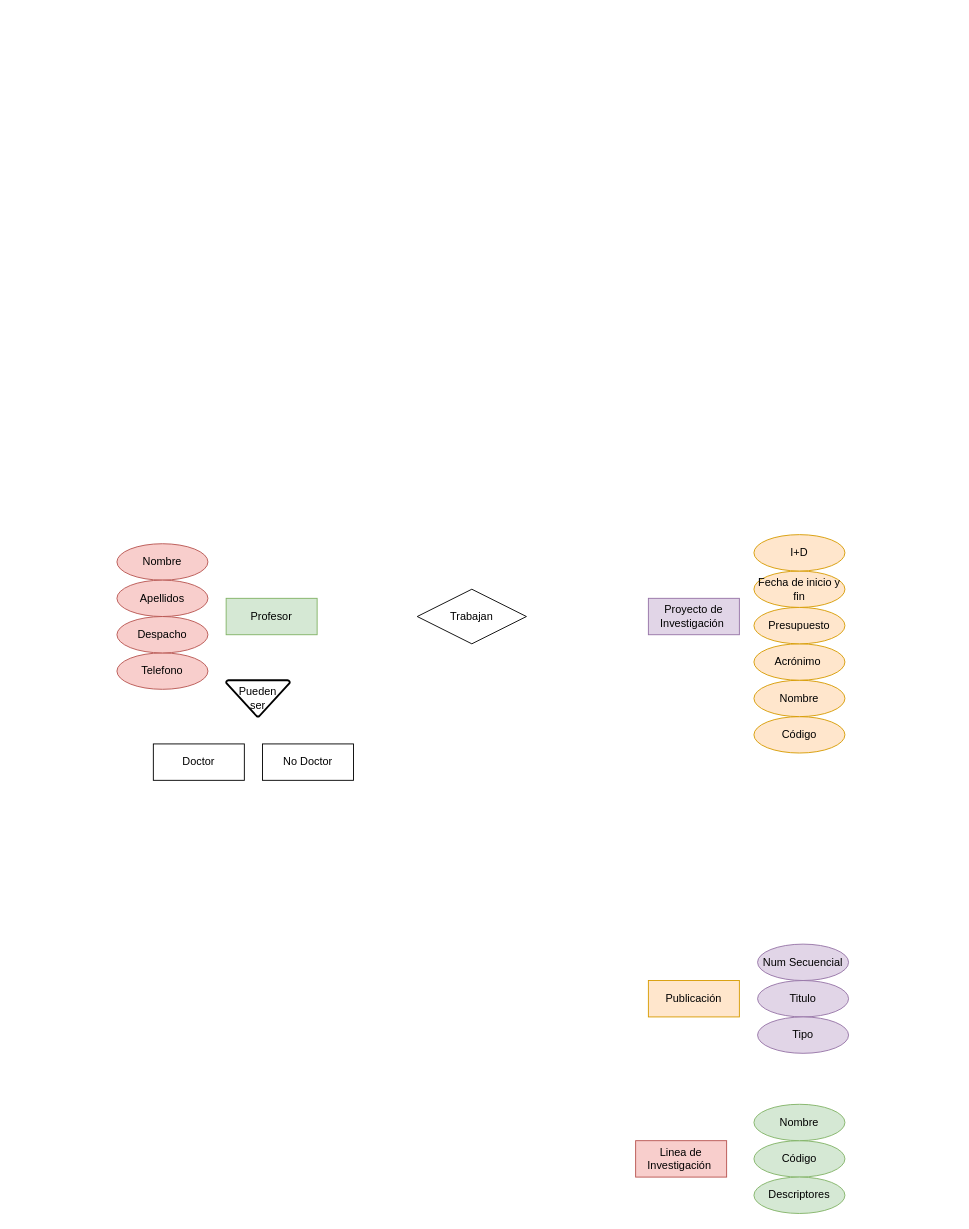
Above: P_Investigacion.drawio in SebassX69/DiagramasDB (draw.io), before the change. Source tidied: cells renumbered, new cells numbered last; positions are measured from the earlier drawing's top-left corner, leaving out a move shared by most shapes. Both pictures are drawn from the tidied source at 91%, with x=0, y=0 at pixel (116, 534).
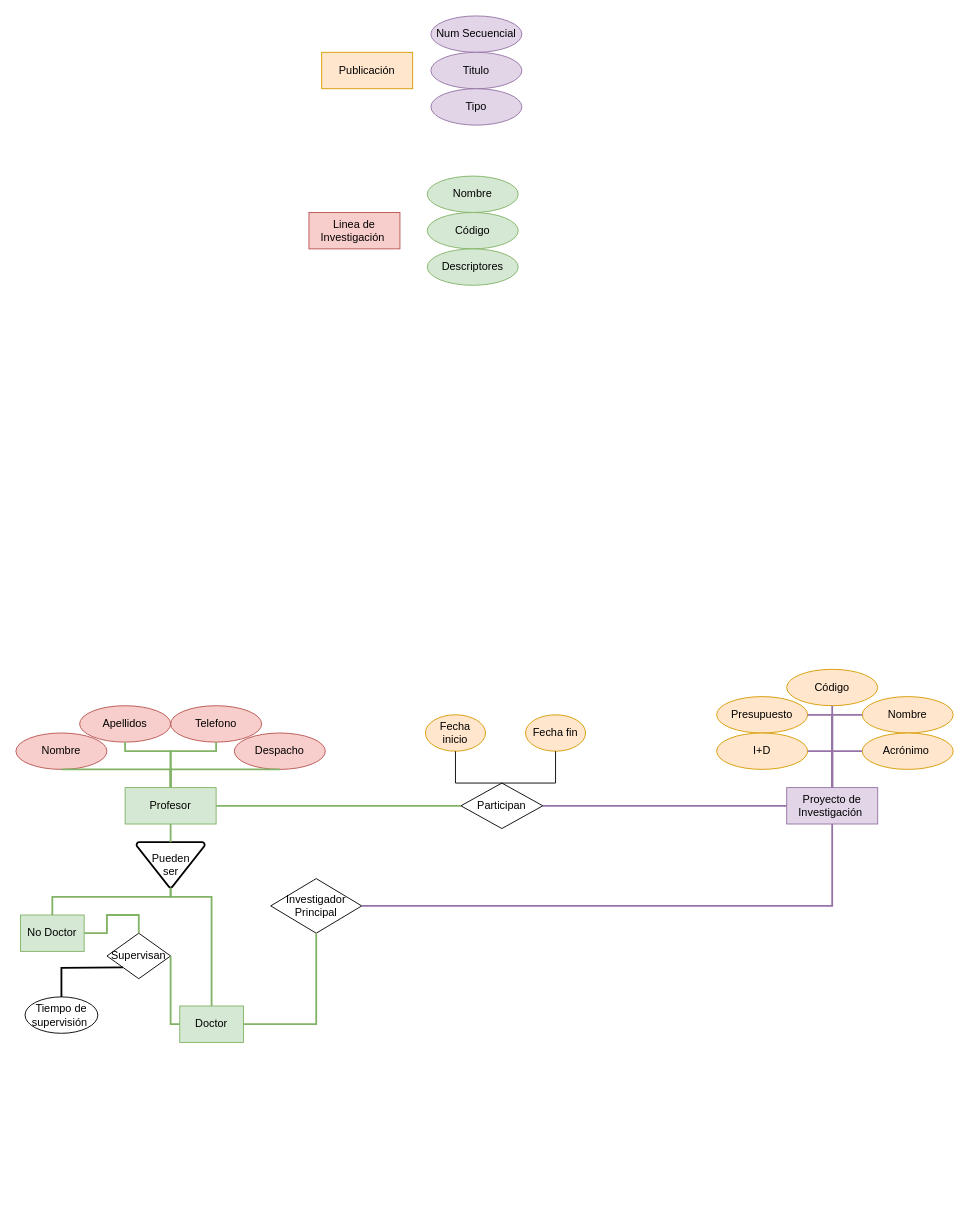
The same page after the edit.

Diff of the diagram source:
```diff
@@
     <mxCell id="2" value="Profesor" style="whiteSpace=wrap;html=1;align=center;fillColor=#d5e8d4;strokeColor=#82b366;" parent="1" vertex="1">
-      <mxGeometry x="120" y="70" width="100" height="40" as="geometry" />
+      <mxGeometry x="9" y="278" width="100" height="40" as="geometry" />
     </mxCell>
     <mxCell id="3" value="Proyecto de Investigación&amp;nbsp;" style="whiteSpace=wrap;html=1;align=center;fillColor=#e1d5e7;strokeColor=#9673a6;" parent="1" vertex="1">
-      <mxGeometry x="584" y="70" width="100" height="40" as="geometry" />
+      <mxGeometry x="736" y="278" width="100" height="40" as="geometry" />
     </mxCell>
     <mxCell id="4" value="Publicación" style="whiteSpace=wrap;html=1;align=center;fillColor=#ffe6cc;strokeColor=#d79b00;" parent="1" vertex="1">
-      <mxGeometry x="584" y="490" width="100" height="40" as="geometry" />
+      <mxGeometry x="225" y="-530" width="100" height="40" as="geometry" />
     </mxCell>
     <mxCell id="5" value="Linea de Investigación&amp;nbsp;" style="whiteSpace=wrap;html=1;align=center;fillColor=#f8cecc;strokeColor=#b85450;" parent="1" vertex="1">
-      <mxGeometry x="570" y="666" width="100" height="40" as="geometry" />
+      <mxGeometry x="211" y="-354" width="100" height="40" as="geometry" />
     </mxCell>
     <mxCell id="6" value="Nombre" style="ellipse;whiteSpace=wrap;html=1;align=center;fillColor=#f8cecc;strokeColor=#b85450;" parent="1" vertex="1">
-      <mxGeometry y="10" width="100" height="40" as="geometry" />
+      <mxGeometry x="-111" y="218" width="100" height="40" as="geometry" />
     </mxCell>
     <mxCell id="7" value="Telefono" style="ellipse;whiteSpace=wrap;html=1;align=center;fillColor=#f8cecc;strokeColor=#b85450;" parent="1" vertex="1">
-      <mxGeometry y="130" width="100" height="40" as="geometry" />
+      <mxGeometry x="59" y="188" width="100" height="40" as="geometry" />
     </mxCell>
     <mxCell id="8" value="Despacho" style="ellipse;whiteSpace=wrap;html=1;align=center;fillColor=#f8cecc;strokeColor=#b85450;" parent="1" vertex="1">
-      <mxGeometry y="90" width="100" height="40" as="geometry" />
+      <mxGeometry x="129" y="218" width="100" height="40" as="geometry" />
     </mxCell>
     <mxCell id="9" value="Apellidos" style="ellipse;whiteSpace=wrap;html=1;align=center;fillColor=#f8cecc;strokeColor=#b85450;" parent="1" vertex="1">
-      <mxGeometry y="50" width="100" height="40" as="geometry" />
+      <mxGeometry x="-41" y="188" width="100" height="40" as="geometry" />
     </mxCell>
     <mxCell id="10" value="Código" style="ellipse;whiteSpace=wrap;html=1;align=center;fillColor=#d5e8d4;strokeColor=#82b366;" parent="1" vertex="1">
-      <mxGeometry x="700" y="666" width="100" height="40" as="geometry" />
+      <mxGeometry x="341" y="-354" width="100" height="40" as="geometry" />
     </mxCell>
     <mxCell id="11" value="Nombre" style="ellipse;whiteSpace=wrap;html=1;align=center;fillColor=#d5e8d4;strokeColor=#82b366;" parent="1" vertex="1">
-      <mxGeometry x="700" y="626" width="100" height="40" as="geometry" />
+      <mxGeometry x="341" y="-394" width="100" height="40" as="geometry" />
     </mxCell>
     <mxCell id="12" value="Descriptores" style="ellipse;whiteSpace=wrap;html=1;align=center;fillColor=#d5e8d4;strokeColor=#82b366;" parent="1" vertex="1">
-      <mxGeometry x="700" y="706" width="100" height="40" as="geometry" />
+      <mxGeometry x="341" y="-314" width="100" height="40" as="geometry" />
     </mxCell>
     <mxCell id="13" value="Código" style="ellipse;whiteSpace=wrap;html=1;align=center;fillColor=#ffe6cc;strokeColor=#d79b00;" parent="1" vertex="1">
-      <mxGeometry x="700" y="200" width="100" height="40" as="geometry" />
+      <mxGeometry x="736" y="148" width="100" height="40" as="geometry" />
     </mxCell>
     <mxCell id="14" value="Nombre" style="ellipse;whiteSpace=wrap;html=1;align=center;fillColor=#ffe6cc;strokeColor=#d79b00;" parent="1" vertex="1">
-      <mxGeometry x="700" y="160" width="100" height="40" as="geometry" />
+      <mxGeometry x="819" y="178" width="100" height="40" as="geometry" />
     </mxCell>
     <mxCell id="15" value="Acrónimo&amp;nbsp;" style="ellipse;whiteSpace=wrap;html=1;align=center;fillColor=#ffe6cc;strokeColor=#d79b00;" parent="1" vertex="1">
-      <mxGeometry x="700" y="120" width="100" height="40" as="geometry" />
+      <mxGeometry x="819" y="218" width="100" height="40" as="geometry" />
     </mxCell>
     <mxCell id="16" value="Presupuesto" style="ellipse;whiteSpace=wrap;html=1;align=center;fillColor=#ffe6cc;strokeColor=#d79b00;" parent="1" vertex="1">
-      <mxGeometry x="700" y="80" width="100" height="40" as="geometry" />
+      <mxGeometry x="659" y="178" width="100" height="40" as="geometry" />
     </mxCell>
-    <mxCell id="17" value="Fecha de inicio y fin" style="ellipse;whiteSpace=wrap;html=1;align=center;fillColor=#ffe6cc;strokeColor=#d79b00;" parent="1" vertex="1">
-      <mxGeometry x="700" y="40" width="100" height="40" as="geometry" />
+    <mxCell id="17" value="Fecha inicio" style="ellipse;whiteSpace=wrap;html=1;align=center;fillColor=#ffe6cc;strokeColor=#d79b00;" parent="1" vertex="1">
+      <mxGeometry x="339" y="198" width="66" height="40" as="geometry" />
     </mxCell>
     <mxCell id="18" value="I+D" style="ellipse;whiteSpace=wrap;html=1;align=center;fillColor=#ffe6cc;strokeColor=#d79b00;" parent="1" vertex="1">
-      <mxGeometry x="700" width="100" height="40" as="geometry" />
+      <mxGeometry x="659" y="218" width="100" height="40" as="geometry" />
     </mxCell>
     <mxCell id="19" value="Num Secuencial" style="ellipse;whiteSpace=wrap;html=1;align=center;fillColor=#e1d5e7;strokeColor=#9673a6;" parent="1" vertex="1">
-      <mxGeometry x="704" y="450" width="100" height="40" as="geometry" />
+      <mxGeometry x="345" y="-570" width="100" height="40" as="geometry" />
     </mxCell>
     <mxCell id="20" value="Titulo" style="ellipse;whiteSpace=wrap;html=1;align=center;fillColor=#e1d5e7;strokeColor=#9673a6;" parent="1" vertex="1">
-      <mxGeometry x="704" y="490" width="100" height="40" as="geometry" />
+      <mxGeometry x="345" y="-530" width="100" height="40" as="geometry" />
     </mxCell>
     <mxCell id="21" value="Tipo" style="ellipse;whiteSpace=wrap;html=1;align=center;fillColor=#e1d5e7;strokeColor=#9673a6;" parent="1" vertex="1">
-      <mxGeometry x="704" y="530" width="100" height="40" as="geometry" />
+      <mxGeometry x="345" y="-490" width="100" height="40" as="geometry" />
     </mxCell>
     <mxCell id="22" value="Pueden&lt;div&gt;ser&lt;/div&gt;" style="strokeWidth=2;html=1;shape=mxgraph.flowchart.merge_or_storage;whiteSpace=wrap;" parent="1" vertex="1">
-      <mxGeometry x="120" y="160" width="70" height="40" as="geometry" />
+      <mxGeometry x="21.5" y="338" width="75" height="50" as="geometry" />
     </mxCell>
-    <mxCell id="23" value="Doctor" style="whiteSpace=wrap;html=1;align=center;" parent="1" vertex="1">
-      <mxGeometry x="40" y="230" width="100" height="40" as="geometry" />
+    <mxCell id="23" value="No Doctor" style="whiteSpace=wrap;html=1;align=center;fillColor=#d5e8d4;strokeColor=#82b366;" parent="1" vertex="1">
+      <mxGeometry x="-106" y="418" width="70" height="40" as="geometry" />
     </mxCell>
-    <mxCell id="24" value="No Doctor" style="whiteSpace=wrap;html=1;align=center;" parent="1" vertex="1">
-      <mxGeometry x="160" y="230" width="100" height="40" as="geometry" />
+    <mxCell id="24" value="Doctor" style="whiteSpace=wrap;html=1;align=center;fillColor=#d5e8d4;strokeColor=#82b366;" parent="1" vertex="1">
+      <mxGeometry x="69" y="518" width="70" height="40" as="geometry" />
     </mxCell>
-    <mxCell id="25" value="Trabajan" style="shape=rhombus;perimeter=rhombusPerimeter;whiteSpace=wrap;html=1;align=center;" parent="1" vertex="1">
-      <mxGeometry x="330" y="60" width="120" height="60" as="geometry" />
+    <mxCell id="25" value="Participan" style="shape=rhombus;perimeter=rhombusPerimeter;whiteSpace=wrap;html=1;align=center;" parent="1" vertex="1">
+      <mxGeometry x="378" y="273" width="90" height="50" as="geometry" />
     </mxCell>
+    <mxCell id="26" style="endArrow=none;html=1;rounded=0;exitX=1;exitY=0.5;exitDx=0;exitDy=0;entryX=0;entryY=0.5;entryDx=0;entryDy=0;fillColor=#d5e8d4;strokeColor=#82b366;strokeWidth=2;" parent="1" edge="1" source="2" target="25">
+      <mxGeometry relative="1" as="geometry" />
+    </mxCell>
+    <mxCell id="27" style="endArrow=none;html=1;rounded=0;exitX=1;exitY=0.5;exitDx=0;exitDy=0;entryX=0;entryY=0.5;entryDx=0;entryDy=0;fillColor=#e1d5e7;strokeColor=#9673a6;strokeWidth=2;" parent="1" edge="1" source="25" target="3">
+      <mxGeometry relative="1" as="geometry" />
+    </mxCell>
+    <mxCell id="28" value="Fecha fin" style="ellipse;whiteSpace=wrap;html=1;align=center;fillColor=#ffe6cc;strokeColor=#d79b00;" parent="1" vertex="1">
+      <mxGeometry x="449" y="198" width="66" height="40" as="geometry" />
+    </mxCell>
+    <mxCell id="29" style="endArrow=none;html=1;rounded=0;exitX=0.5;exitY=1;exitDx=0;exitDy=0;entryX=0.5;entryY=0;entryDx=0;entryDy=0;" parent="1" edge="1" source="17" target="25">
+      <mxGeometry relative="1" as="geometry">
+        <Array as="points">
+          <mxPoint x="372" y="273" />
+        </Array>
+      </mxGeometry>
+    </mxCell>
+    <mxCell id="30" style="endArrow=none;html=1;rounded=0;exitX=0.5;exitY=0;exitDx=0;exitDy=0;entryX=0.5;entryY=1;entryDx=0;entryDy=0;" parent="1" edge="1" source="25" target="28">
+      <mxGeometry relative="1" as="geometry">
+        <Array as="points">
+          <mxPoint x="482" y="273" />
+        </Array>
+      </mxGeometry>
+    </mxCell>
+    <mxCell id="31" style="endArrow=none;html=1;rounded=0;exitX=0.5;exitY=1;exitDx=0;exitDy=0;entryX=0.5;entryY=0;entryDx=0;entryDy=0;fillColor=#d5e8d4;strokeColor=#82b366;strokeWidth=2;entryPerimeter=0;" parent="1" edge="1" source="2" target="22">
+      <mxGeometry relative="1" as="geometry" />
+    </mxCell>
+    <mxCell id="32" style="endArrow=none;html=1;rounded=0;exitX=0.5;exitY=0;exitDx=0;exitDy=0;entryX=0.5;entryY=1;entryDx=0;entryDy=0;fillColor=#d5e8d4;strokeColor=#82b366;strokeWidth=2;entryPerimeter=0;" parent="1" edge="1" source="24" target="22">
+      <mxGeometry relative="1" as="geometry">
+        <Array as="points">
+          <mxPoint x="104" y="398" />
+          <mxPoint x="59" y="398" />
+        </Array>
+      </mxGeometry>
+    </mxCell>
+    <mxCell id="33" style="endArrow=none;html=1;rounded=0;exitX=0.5;exitY=1;exitDx=0;exitDy=0;entryX=0.5;entryY=0;entryDx=0;entryDy=0;fillColor=#d5e8d4;strokeColor=#82b366;strokeWidth=2;exitPerimeter=0;" parent="1" edge="1" source="22" target="23">
+      <mxGeometry relative="1" as="geometry">
+        <Array as="points">
+          <mxPoint x="59" y="398" />
+          <mxPoint x="19" y="398" />
+          <mxPoint x="-31" y="398" />
+          <mxPoint x="-71" y="398" />
+        </Array>
+      </mxGeometry>
+    </mxCell>
+    <mxCell id="34" style="endArrow=none;html=1;rounded=0;exitX=0.5;exitY=1;exitDx=0;exitDy=0;entryX=0.5;entryY=0;entryDx=0;entryDy=0;fillColor=#d5e8d4;strokeColor=#82b366;strokeWidth=2;" parent="1" edge="1" source="9" target="2">
+      <mxGeometry relative="1" as="geometry">
+        <Array as="points">
+          <mxPoint x="9" y="238" />
+          <mxPoint x="59" y="238" />
+        </Array>
+      </mxGeometry>
+    </mxCell>
+    <mxCell id="35" style="endArrow=none;html=1;rounded=0;exitX=0.5;exitY=0;exitDx=0;exitDy=0;entryX=0.5;entryY=1;entryDx=0;entryDy=0;fillColor=#d5e8d4;strokeColor=#82b366;strokeWidth=2;" parent="1" edge="1" source="2" target="7">
+      <mxGeometry relative="1" as="geometry">
+        <Array as="points">
+          <mxPoint x="59" y="238" />
+          <mxPoint x="109" y="238" />
+        </Array>
+      </mxGeometry>
+    </mxCell>
+    <mxCell id="36" style="endArrow=none;html=1;rounded=0;exitX=0.5;exitY=1;exitDx=0;exitDy=0;entryX=0.5;entryY=0;entryDx=0;entryDy=0;fillColor=#d5e8d4;strokeColor=#82b366;strokeWidth=2;" parent="1" edge="1" source="6" target="2">
+      <mxGeometry relative="1" as="geometry">
+        <Array as="points">
+          <mxPoint x="59" y="258" />
+        </Array>
+      </mxGeometry>
+    </mxCell>
+    <mxCell id="37" style="endArrow=none;html=1;rounded=0;exitX=0.5;exitY=0;exitDx=0;exitDy=0;entryX=0.5;entryY=1;entryDx=0;entryDy=0;fillColor=#d5e8d4;strokeColor=#82b366;strokeWidth=2;" parent="1" edge="1" source="2" target="8">
+      <mxGeometry relative="1" as="geometry">
+        <Array as="points">
+          <mxPoint x="59" y="258" />
+        </Array>
+      </mxGeometry>
+    </mxCell>
+    <mxCell id="38" style="endArrow=none;html=1;rounded=0;exitX=1;exitY=0.5;exitDx=0;exitDy=0;entryX=0.5;entryY=0;entryDx=0;entryDy=0;fillColor=#e1d5e7;strokeColor=#9673a6;strokeWidth=2;" parent="1" edge="1" source="16" target="3">
+      <mxGeometry relative="1" as="geometry">
+        <Array as="points">
+          <mxPoint x="786" y="198" />
+        </Array>
+      </mxGeometry>
+    </mxCell>
+    <mxCell id="39" style="endArrow=none;html=1;rounded=0;exitX=1;exitY=0.5;exitDx=0;exitDy=0;entryX=0.5;entryY=0;entryDx=0;entryDy=0;fillColor=#e1d5e7;strokeColor=#9673a6;strokeWidth=2;" parent="1" edge="1" source="18" target="3">
+      <mxGeometry relative="1" as="geometry">
+        <Array as="points">
+          <mxPoint x="786" y="238" />
+        </Array>
+      </mxGeometry>
+    </mxCell>
+    <mxCell id="40" style="endArrow=none;html=1;rounded=0;exitX=0;exitY=0.5;exitDx=0;exitDy=0;entryX=0.5;entryY=0;entryDx=0;entryDy=0;fillColor=#e1d5e7;strokeColor=#9673a6;strokeWidth=2;" parent="1" edge="1" source="14" target="3">
+      <mxGeometry relative="1" as="geometry">
+        <Array as="points">
+          <mxPoint x="786" y="198" />
+        </Array>
+      </mxGeometry>
+    </mxCell>
+    <mxCell id="41" style="endArrow=none;html=1;rounded=0;exitX=0;exitY=0.5;exitDx=0;exitDy=0;entryX=0.5;entryY=0;entryDx=0;entryDy=0;fillColor=#e1d5e7;strokeColor=#9673a6;strokeWidth=2;" parent="1" edge="1" source="15" target="3">
+      <mxGeometry relative="1" as="geometry">
+        <Array as="points">
+          <mxPoint x="786" y="238" />
+        </Array>
+      </mxGeometry>
+    </mxCell>
+    <mxCell id="42" style="endArrow=none;html=1;rounded=0;exitX=0.5;exitY=1;exitDx=0;exitDy=0;entryX=0.5;entryY=0;entryDx=0;entryDy=0;fillColor=#e1d5e7;strokeColor=#9673a6;strokeWidth=2;" parent="1" edge="1" source="13" target="3">
+      <mxGeometry relative="1" as="geometry" />
+    </mxCell>
+    <mxCell id="43" value="Supervisan" style="shape=rhombus;perimeter=rhombusPerimeter;whiteSpace=wrap;html=1;align=center;" parent="1" vertex="1">
+      <mxGeometry x="-11" y="438" width="70" height="50" as="geometry" />
+    </mxCell>
+    <mxCell id="44" style="endArrow=none;html=1;rounded=0;exitX=1;exitY=0.5;exitDx=0;exitDy=0;entryX=0.5;entryY=0;entryDx=0;entryDy=0;fillColor=#d5e8d4;strokeColor=#82b366;strokeWidth=2;" parent="1" edge="1" source="23" target="43">
+      <mxGeometry relative="1" as="geometry">
+        <Array as="points">
+          <mxPoint x="-11" y="438" />
+          <mxPoint x="-11" y="418" />
+          <mxPoint x="24" y="418" />
+        </Array>
+      </mxGeometry>
+    </mxCell>
+    <mxCell id="45" style="endArrow=none;html=1;rounded=0;exitX=1;exitY=0.5;exitDx=0;exitDy=0;fillColor=#d5e8d4;strokeColor=#82b366;strokeWidth=2;entryX=0;entryY=0.5;entryDx=0;entryDy=0;" parent="1" edge="1" source="43" target="24">
+      <mxGeometry relative="1" as="geometry">
+        <Array as="points">
+          <mxPoint x="59" y="538" />
+        </Array>
+      </mxGeometry>
+    </mxCell>
+    <mxCell id="46" value="Investigador Principal" style="shape=rhombus;perimeter=rhombusPerimeter;whiteSpace=wrap;html=1;align=center;" parent="1" vertex="1">
+      <mxGeometry x="169" y="378" width="100" height="60" as="geometry" />
+    </mxCell>
+    <mxCell id="47" style="endArrow=none;html=1;rounded=0;exitX=1;exitY=0.5;exitDx=0;exitDy=0;entryX=0.5;entryY=1;entryDx=0;entryDy=0;fillColor=#d5e8d4;strokeColor=#82b366;strokeWidth=2;" parent="1" edge="1" source="24" target="46">
+      <mxGeometry relative="1" as="geometry">
+        <Array as="points">
+          <mxPoint x="219" y="538" />
+        </Array>
+      </mxGeometry>
+    </mxCell>
+    <mxCell id="48" style="endArrow=none;html=1;rounded=0;exitX=1;exitY=0.5;exitDx=0;exitDy=0;entryX=0.5;entryY=1;entryDx=0;entryDy=0;fillColor=#e1d5e7;strokeColor=#9673a6;strokeWidth=2;" parent="1" edge="1" source="46" target="3">
+      <mxGeometry relative="1" as="geometry">
+        <Array as="points">
+          <mxPoint x="786" y="408" />
+        </Array>
+      </mxGeometry>
+    </mxCell>
+    <mxCell id="49" value="Tiempo de supervisión&amp;nbsp;" style="ellipse;whiteSpace=wrap;html=1;align=center;" parent="1" vertex="1">
+      <mxGeometry x="-101" y="508" width="80" height="40" as="geometry" />
+    </mxCell>
+    <mxCell id="50" style="endArrow=none;html=1;rounded=0;entryX=0;entryY=1;entryDx=0;entryDy=0;exitX=0.5;exitY=0;exitDx=0;exitDy=0;strokeWidth=2;" parent="1" edge="1" source="49" target="43">
+      <mxGeometry relative="1" as="geometry">
+        <Array as="points">
+          <mxPoint x="-61" y="476" />
+        </Array>
+      </mxGeometry>
+    </mxCell>
```
